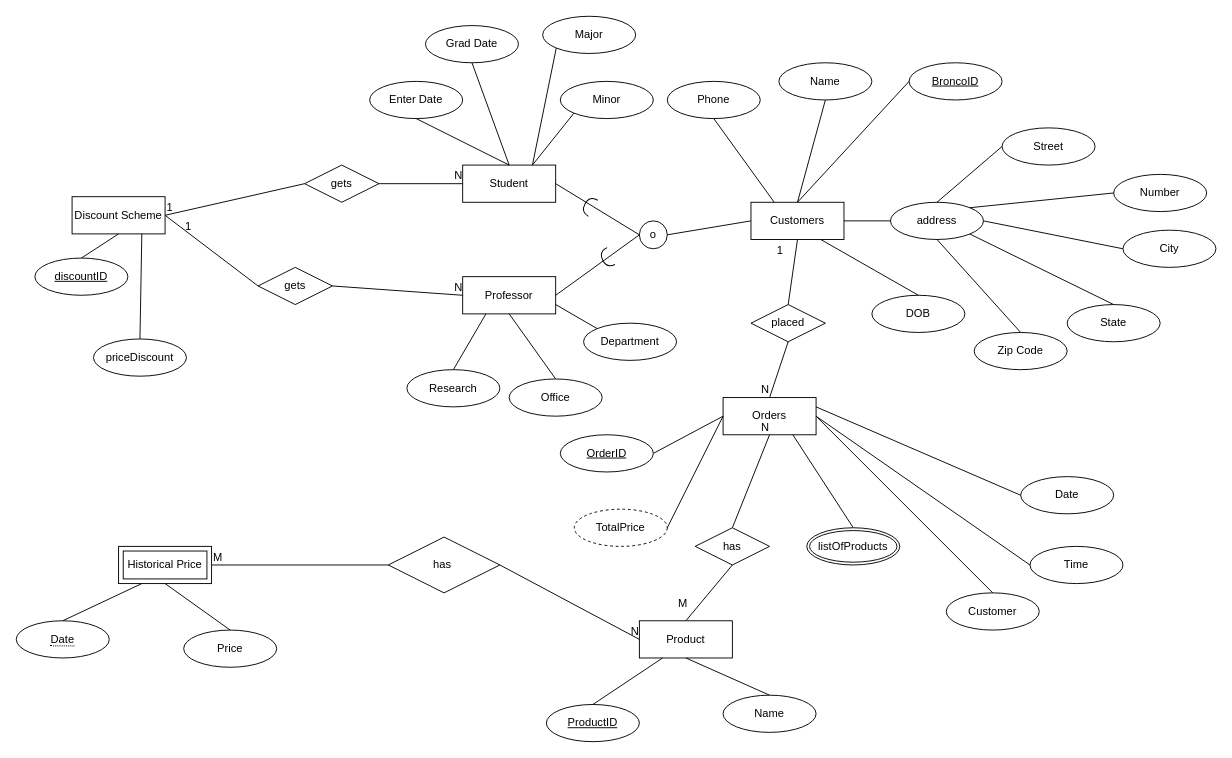
Earlier version of the draw.io diagram ERDconceptualModel.drawio (nathanvpham/CS48000Project). Source tidied: cells renumbered, new cells numbered last; positions are measured from the earlier drawing's top-left corner, leaving out a move shared by most shapes. Both pictures are drawn from the tidied source at 93%, with x=0, y=0 at pixel (16, 16).
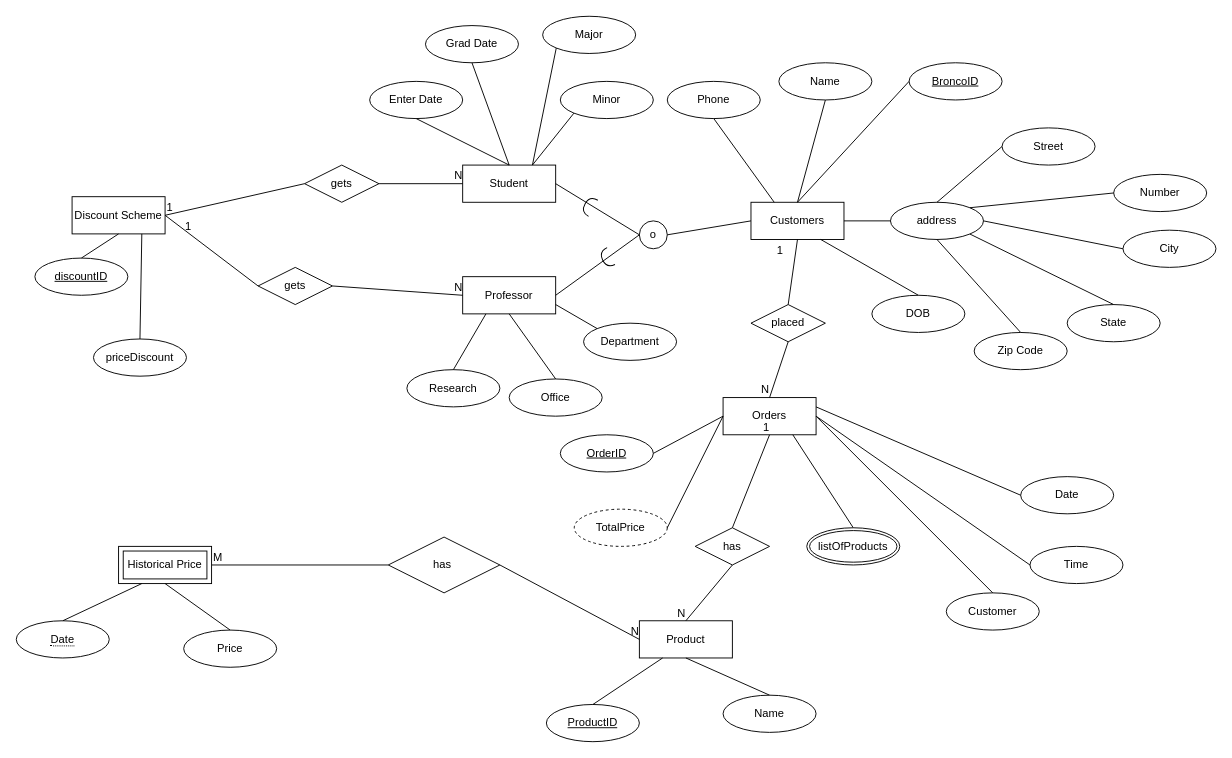
The same diagram, later.

Commit message:
changed order and product relationship to OneToMany

The change refers to these unchanged cells:
```xml
<mxCell id="6" value="Product" style="whiteSpace=wrap;html=1;align=center;" parent="1" vertex="1">
  <mxGeometry x="670" y="650" width="100" height="40" as="geometry" />
</mxCell>
<mxCell id="7" value="Orders" style="whiteSpace=wrap;html=1;align=center;" parent="1" vertex="1">
  <mxGeometry x="760" y="410" width="100" height="40" as="geometry" />
</mxCell>
<mxCell id="30" value="has" style="shape=rhombus;perimeter=rhombusPerimeter;whiteSpace=wrap;html=1;align=center;" parent="1" vertex="1">
  <mxGeometry x="730" y="550" width="80" height="40" as="geometry" />
</mxCell>
```

What changed in the source:
```diff
@@
-    <mxCell id="28" style="endArrow=none;html=1;rounded=0;entryX=0.5;entryY=1;entryDx=0;entryDy=0;exitX=0.5;exitY=0;exitDx=0;exitDy=0;startArrow=none;" parent="1" edge="1" source="30" target="7">
-      <mxGeometry relative="1" as="geometry" />
-    </mxCell>
-    <mxCell id="29" value="N" style="html=1;align=right;verticalAlign=bottom;" parent="28" vertex="1">
-      <mxGeometry x="1" relative="1" as="geometry" />
-    </mxCell>
@@
-    <mxCell id="31" style="endArrow=none;html=1;rounded=0;exitX=0.5;exitY=0;exitDx=0;exitDy=0;entryX=0.5;entryY=1;entryDx=0;entryDy=0;" parent="1" edge="1" source="6" target="30">
-      <mxGeometry relative="1" as="geometry" />
-    </mxCell>
-    <mxCell id="32" value="M" style="html=1;align=left;verticalAlign=bottom;" parent="31" vertex="1">
-      <mxGeometry x="-1" relative="1" as="geometry">
-        <mxPoint x="-10" y="-10" as="offset" />
-      </mxGeometry>
-    </mxCell>
@@
+    <mxCell id="28" style="endArrow=none;html=1;rounded=0;entryX=0.5;entryY=1;entryDx=0;entryDy=0;exitX=0.5;exitY=0;exitDx=0;exitDy=0;" parent="1" edge="1" source="30" target="7">
+      <mxGeometry relative="1" as="geometry" />
+    </mxCell>
+    <mxCell id="98" value="1" style="html=1;align=right;verticalAlign=bottom;" parent="28" vertex="1">
+      <mxGeometry x="1" relative="1" as="geometry" />
+    </mxCell>
+    <mxCell id="99" style="endArrow=none;html=1;rounded=0;exitX=0.5;exitY=1;exitDx=0;exitDy=0;entryX=0.5;entryY=0;entryDx=0;entryDy=0;" parent="1" edge="1" source="30" target="6">
+      <mxGeometry relative="1" as="geometry" />
+    </mxCell>
+    <mxCell id="29" value="N" style="html=1;align=right;verticalAlign=bottom;" parent="99" vertex="1">
+      <mxGeometry x="1" relative="1" as="geometry" />
+    </mxCell>
```
